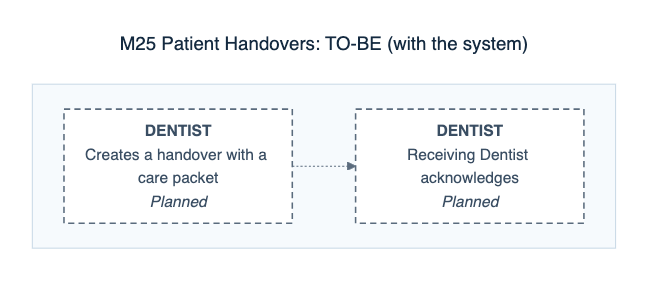
The Mermaid diagram docs/defense/diagrams/png/M25-patient-handovers-to-be.png in 0phem/multibranch-dental-clinic, before a commit. Its source is kept beside it as docs/defense/diagrams/M25-patient-handovers-to-be.mmd. Source of this version:
```mermaid
---
title: "M25 Patient Handovers: TO-BE (with the system)"
---
flowchart TB
    subgraph L2[" "]
    direction LR
      S0["<b>DENTIST</b><br/>Creates a handover with a care packet<br/><i>Planned</i>"]:::planned
      S1["<b>DENTIST</b><br/>Receiving Dentist acknowledges<br/><i>Planned</i>"]:::planned
    end
    S0 -.-> S1
    classDef cited fill:#eaf3fd,stroke:#1865ac,color:#142a40,stroke-width:1.5px
    classDef confirm fill:#fffaf0,stroke:#b26a00,color:#5e3c00,stroke-width:1.5px,stroke-dasharray:6 4
    classDef auto fill:#e6f5ee,stroke:#0c7f75,color:#0f3d33,stroke-width:1.5px
    classDef manual fill:#eaf3fd,stroke:#1865ac,color:#142a40,stroke-width:1.5px
    classDef mock fill:#f3f5f7,stroke:#5a6b7d,color:#3a4e63,stroke-width:1.5px,stroke-dasharray:3 3
    classDef planned fill:#ffffff,stroke:#5a6b7d,color:#3a4e63,stroke-width:1.5px,stroke-dasharray:6 4
```
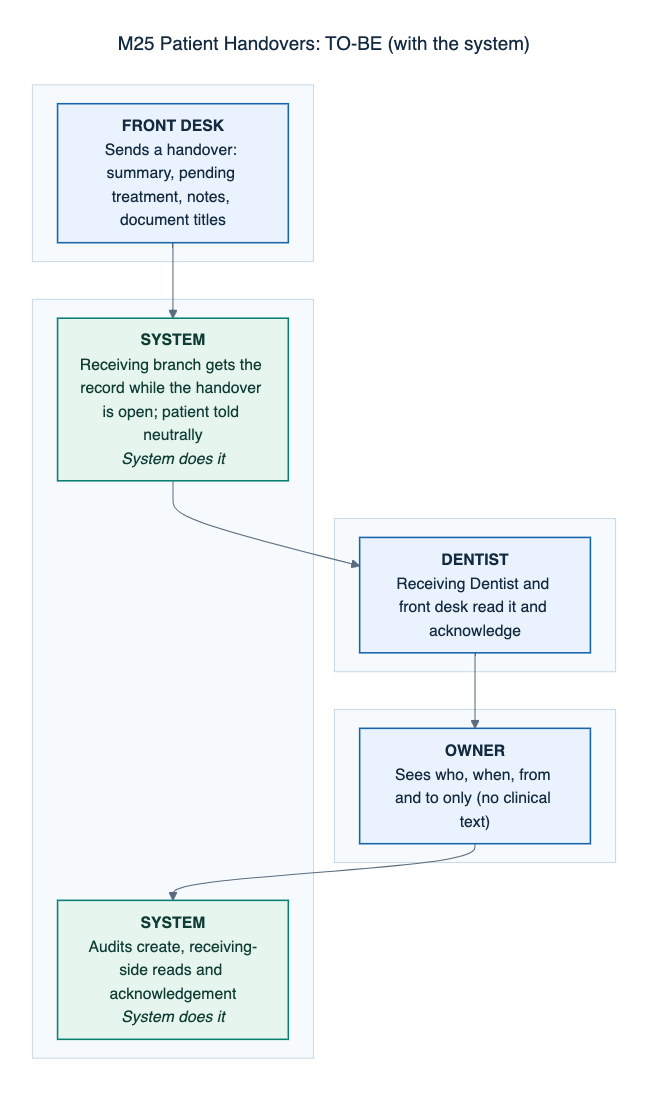
Above is the later version.

Diff of the diagram source:
```diff
@@ -2,12 +2,27 @@
 title: "M25 Patient Handovers: TO-BE (with the system)"
 ---
 flowchart TB
+    subgraph L1[" "]
+    direction LR
+      S0["<b>FRONT DESK</b><br/>Sends a handover: summary, pending treatment, notes, document titles"]:::manual
+    end
     subgraph L2[" "]
     direction LR
-      S0["<b>DENTIST</b><br/>Creates a handover with a care packet<br/><i>Planned</i>"]:::planned
-      S1["<b>DENTIST</b><br/>Receiving Dentist acknowledges<br/><i>Planned</i>"]:::planned
+      S2["<b>DENTIST</b><br/>Receiving Dentist and front desk read it and acknowledge"]:::manual
     end
-    S0 -.-> S1
+    subgraph L3[" "]
+    direction LR
+      S3["<b>OWNER</b><br/>Sees who, when, from and to only (no clinical text)"]:::manual
+    end
+    subgraph L4[" "]
+    direction LR
+      S1["<b>SYSTEM</b><br/>Receiving branch gets the record while the handover is open; patient told neutrally<br/><i>System does it</i>"]:::auto
+      S4["<b>SYSTEM</b><br/>Audits create, receiving-side reads and acknowledgement<br/><i>System does it</i>"]:::auto
+    end
+    S0 --> S1
+    S1 --> S2
+    S2 --> S3
+    S3 --> S4
     classDef cited fill:#eaf3fd,stroke:#1865ac,color:#142a40,stroke-width:1.5px
     classDef confirm fill:#fffaf0,stroke:#b26a00,color:#5e3c00,stroke-width:1.5px,stroke-dasharray:6 4
     classDef auto fill:#e6f5ee,stroke:#0c7f75,color:#0f3d33,stroke-width:1.5px
```
